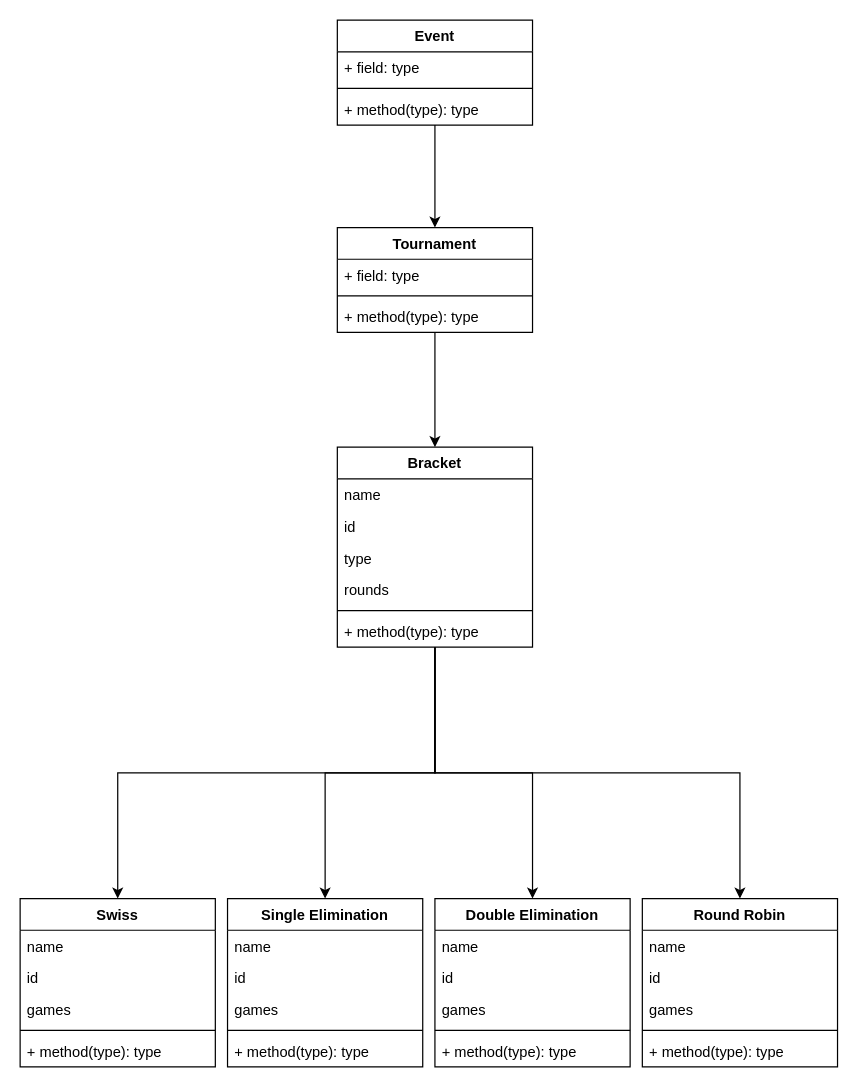
ehendrickson2/agon keeps this draw.io diagram as tournament structure.drawio. Above is the earlier version. Source tidied: cells renumbered, new cells numbered last; positions are measured from the earlier drawing's top-left corner, leaving out a move shared by most shapes. Both pictures are drawn from the tidied source at 122%, with x=0, y=0 at pixel (20, 20).
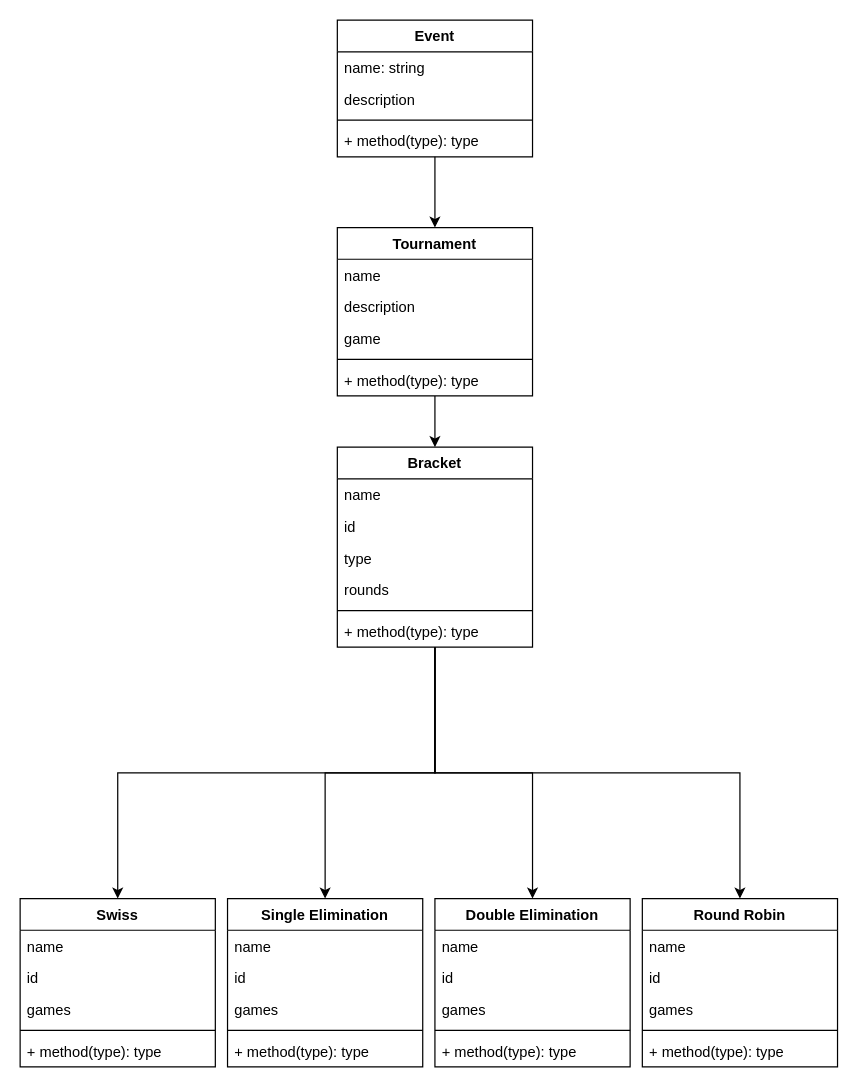
The same page after the edit.

Commit message (it also covers changes not shown here):
Started tournament structure models. Updated tournament structure diagram.

Change to the diagram source:
```diff
@@
     <mxCell id="3" value="Event" style="swimlane;fontStyle=1;align=center;verticalAlign=top;horizontal=1;startSize=26;" parent="1" vertex="1">
-      <mxGeometry x="260" width="160" height="86" as="geometry" />
+      <mxGeometry x="260" width="160" height="112" as="geometry" />
     </mxCell>
-    <mxCell id="4" value="+ field: type" style="text;strokeColor=none;fillColor=none;align=left;verticalAlign=top;spacingLeft=4;spacingRight=4;overflow=hidden;" parent="3" vertex="1">
+    <mxCell id="4" value="name: string" style="text;strokeColor=none;fillColor=none;align=left;verticalAlign=top;spacingLeft=4;spacingRight=4;overflow=hidden;" parent="3" vertex="1">
       <mxGeometry y="26" width="160" height="26" as="geometry" />
     </mxCell>
+    <mxCell id="47" value="description" style="text;strokeColor=none;fillColor=none;align=left;verticalAlign=top;spacingLeft=4;spacingRight=4;overflow=hidden;" parent="3" vertex="1">
+      <mxGeometry y="52" width="160" height="26" as="geometry" />
+    </mxCell>
     <mxCell id="5" style="line;strokeWidth=1;fillColor=none;align=left;verticalAlign=middle;spacingTop=-1;spacingLeft=3;spacingRight=3;labelPosition=right;strokeColor=inherit;" parent="3" vertex="1">
-      <mxGeometry y="52" width="160" height="8" as="geometry" />
+      <mxGeometry y="78" width="160" height="8" as="geometry" />
     </mxCell>
     <mxCell id="6" value="+ method(type): type" style="text;strokeColor=none;fillColor=none;align=left;verticalAlign=top;spacingLeft=4;spacingRight=4;overflow=hidden;" parent="3" vertex="1">
-      <mxGeometry y="60" width="160" height="26" as="geometry" />
+      <mxGeometry y="86" width="160" height="26" as="geometry" />
     </mxCell>
@@
     <mxCell id="8" value="Tournament" style="swimlane;fontStyle=1;align=center;verticalAlign=top;horizontal=1;startSize=26;" parent="1" vertex="1">
-      <mxGeometry x="260" y="170" width="160" height="86" as="geometry" />
+      <mxGeometry x="260" y="170" width="160" height="138" as="geometry" />
     </mxCell>
-    <mxCell id="9" value="+ field: type" style="text;strokeColor=none;fillColor=none;align=left;verticalAlign=top;spacingLeft=4;spacingRight=4;overflow=hidden;" parent="8" vertex="1">
+    <mxCell id="9" value="name" style="text;strokeColor=none;fillColor=none;align=left;verticalAlign=top;spacingLeft=4;spacingRight=4;overflow=hidden;" parent="8" vertex="1">
       <mxGeometry y="26" width="160" height="26" as="geometry" />
     </mxCell>
+    <mxCell id="48" value="description" style="text;strokeColor=none;fillColor=none;align=left;verticalAlign=top;spacingLeft=4;spacingRight=4;overflow=hidden;" parent="8" vertex="1">
+      <mxGeometry y="52" width="160" height="26" as="geometry" />
+    </mxCell>
+    <mxCell id="49" value="game" style="text;strokeColor=none;fillColor=none;align=left;verticalAlign=top;spacingLeft=4;spacingRight=4;overflow=hidden;" parent="8" vertex="1">
+      <mxGeometry y="78" width="160" height="26" as="geometry" />
+    </mxCell>
     <mxCell id="10" style="line;strokeWidth=1;fillColor=none;align=left;verticalAlign=middle;spacingTop=-1;spacingLeft=3;spacingRight=3;labelPosition=right;strokeColor=inherit;" parent="8" vertex="1">
-      <mxGeometry y="52" width="160" height="8" as="geometry" />
+      <mxGeometry y="104" width="160" height="8" as="geometry" />
     </mxCell>
     <mxCell id="11" value="+ method(type): type" style="text;strokeColor=none;fillColor=none;align=left;verticalAlign=top;spacingLeft=4;spacingRight=4;overflow=hidden;" parent="8" vertex="1">
-      <mxGeometry y="60" width="160" height="26" as="geometry" />
+      <mxGeometry y="112" width="160" height="26" as="geometry" />
     </mxCell>
```
